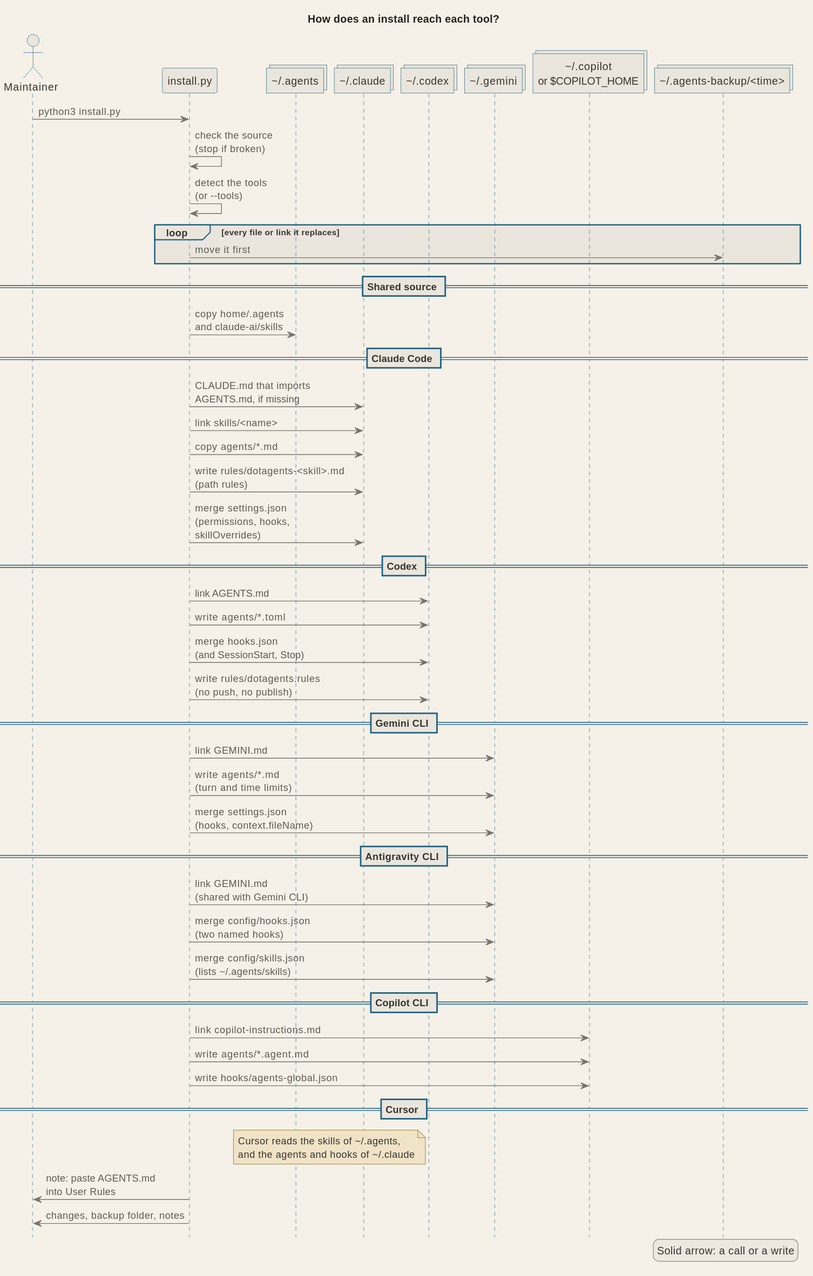
This is docs/diagrams/arch_install.svg from signorenne/dotagents, a PlantUML export, as it was before one commit.
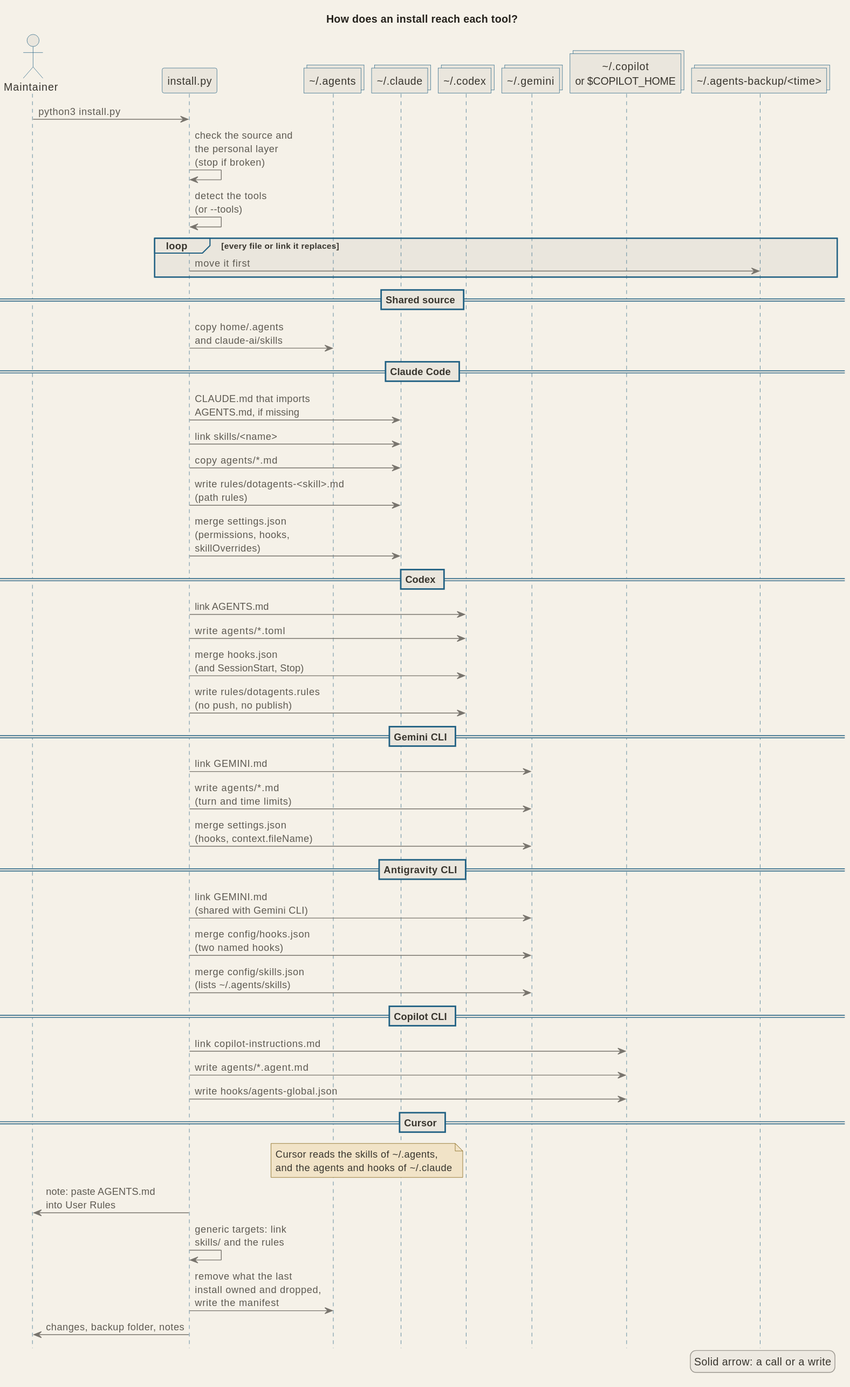
The same diagram one commit later.

Diff of the diagram source:
```diff
@@ -13,7 +13,7 @@
 collections "&#126;/.agents-backup/<time>" as backup
 
 user -> install : python3 install.py
-install -> install : check the source\n(stop if broken)
+install -> install : check the source and\nthe personal layer\n(stop if broken)
 install -> install : detect the tools\n(or --tools)
 
 loop every file or link it replaces
@@ -55,6 +55,8 @@
 note over agents, claude : Cursor reads the skills of &#126;/.agents,\nand the agents and hooks of &#126;/.claude
 install -> user : note: paste AGENTS.md\ninto User Rules
 
+install -> install : generic targets: link\nskills/ and the rules
+install -> agents : remove what the last\ninstall owned and dropped,\nwrite the manifest
 install -> user : changes, backup folder, notes
 
 legend right
```
